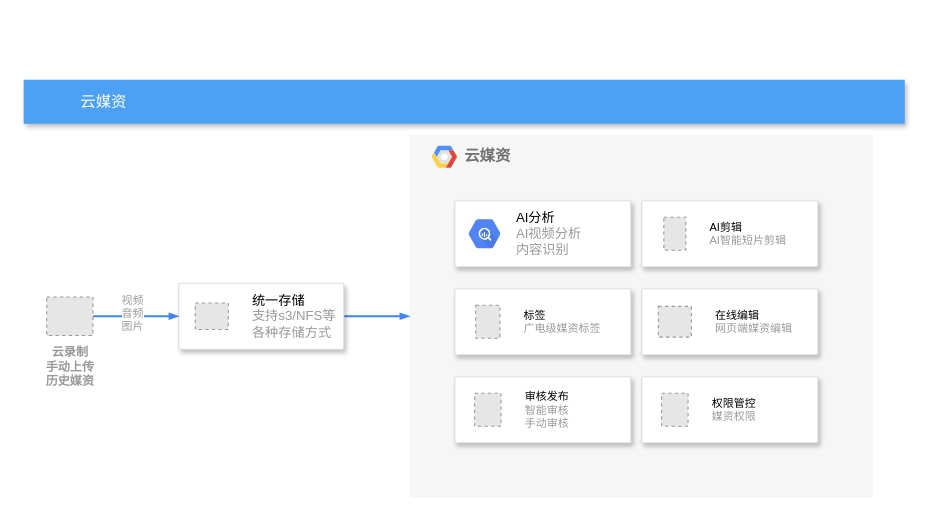
This is 媒资管理.drawio from shushenghong/test, a draw.io file, before an edit. Source tidied: cells renumbered, new cells numbered last; positions are measured from the earlier drawing's top-left corner, leaving out a move shared by most shapes. Both pictures are drawn from the tidied source at 110%, with x=0, y=0 at pixel (23, 79). Pictures stored in the file or linked from it are replaced by grey dashed boxes.
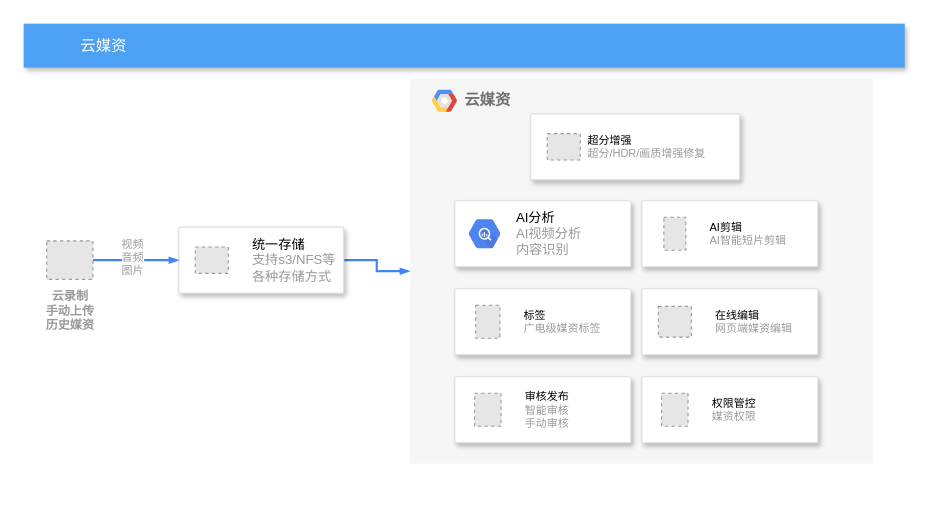
The same diagram, later.

Commit message:
更新媒资管理.drawio

The edit, as a diff of the source:
```diff
@@
     <mxCell id="2" value="&lt;b&gt;云媒资&lt;/b&gt;" style="fillColor=#F6F6F6;strokeColor=none;shadow=0;gradientColor=none;fontSize=14;align=left;spacing=10;fontColor=#717171;9E9E9E;verticalAlign=top;spacingTop=-4;fontStyle=0;spacingLeft=40;html=1;" parent="1" vertex="1">
-      <mxGeometry x="351" y="50" width="421" height="330" as="geometry" />
+      <mxGeometry x="351" y="-1" width="421" height="350" as="geometry" />
     </mxCell>
     <mxCell id="3" value="云媒资" style="fillColor=#4DA1F5;strokeColor=none;shadow=1;gradientColor=none;fontSize=14;align=left;spacingLeft=50;fontColor=#ffffff;html=1;" parent="1" vertex="1">
-      <mxGeometry width="801" height="40" as="geometry" />
+      <mxGeometry y="-51" width="801" height="40" as="geometry" />
     </mxCell>
@@
     <mxCell id="5" style="strokeColor=#dddddd;shadow=1;strokeWidth=1;rounded=1;absoluteArcSize=1;arcSize=2;" parent="1" vertex="1">
-      <mxGeometry x="141" y="185" width="150" height="60" as="geometry" />
+      <mxGeometry x="141" y="134" width="150" height="60" as="geometry" />
     </mxCell>
@@
     <mxCell id="9" value="云录制&lt;br&gt;手动上传&lt;br&gt;历史媒资" style="fillColor=#E6E6E6;strokeColor=#999999;dashed=1;html=1;verticalAlign=top;labelPosition=center;verticalLabelPosition=bottom;align=center;spacingTop=2;fontSize=11;fontStyle=1;fontColor=#999999;" parent="1" vertex="1">
-      <mxGeometry x="21" y="197.5" width="42" height="35" as="geometry" />
+      <mxGeometry x="21" y="146.5" width="42" height="35" as="geometry" />
     </mxCell>
     <mxCell id="10" style="shape=mxgraph.gcp2.google_cloud_platform;fillColor=#F6F6F6;strokeColor=none;shadow=0;gradientColor=none;" parent="1" vertex="1">
-      <mxGeometry x="371" y="60" width="23" height="20" as="geometry">
+      <mxGeometry x="371" y="9" width="23" height="20" as="geometry">
         <mxPoint x="20" y="10" as="offset" />
       </mxGeometry>
     </mxCell>
@@
+    <mxCell id="23" style="strokeColor=#dddddd;shadow=1;strokeWidth=1;rounded=1;absoluteArcSize=1;arcSize=2;fontFamily=Helvetica;fontSize=10;fontColor=#999999;" parent="1" vertex="1">
+      <mxGeometry x="461" y="31" width="190" height="60" as="geometry" />
+    </mxCell>
+    <mxCell id="24" value="&lt;font color=&quot;#000000&quot;&gt;超分增强&lt;/font&gt;&lt;br&gt;超分/HDR/画质增强修复" style="fillColor=#E6E6E6;strokeColor=#999999;dashed=1;html=1;fontColor=#999999;verticalLabelPosition=middle;labelBackgroundColor=#ffffff;verticalAlign=middle;labelPosition=right;align=left;spacingLeft=5;fontFamily=Helvetica;fontSize=10;" parent="23" vertex="1">
+      <mxGeometry width="30" height="24" relative="1" as="geometry">
+        <mxPoint x="15" y="18" as="offset" />
+      </mxGeometry>
+    </mxCell>
```
